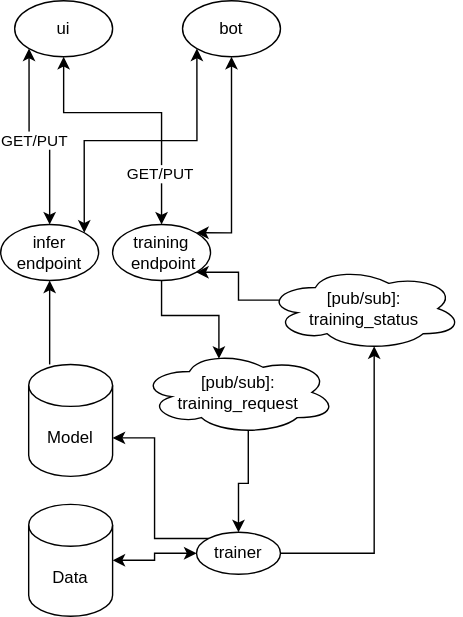
The draw.io diagram Architecture.svg in tianle91/astroturf, before a commit. Source tidied: cells renumbered, new cells last; positions are measured from the earlier drawing's top-left corner, leaving out a move shared by most shapes.
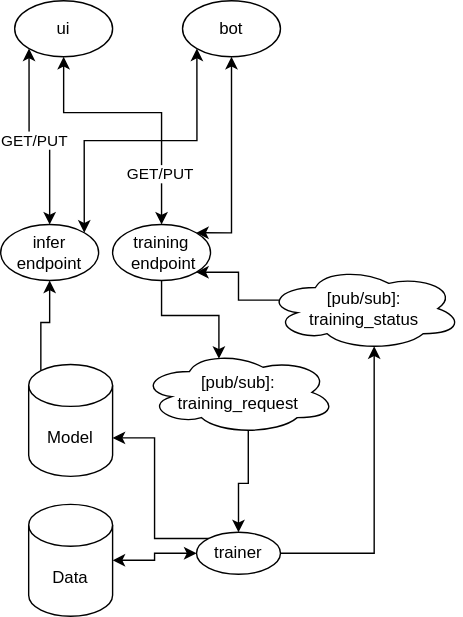
The same diagram one commit later.

Diff of the diagram source:
```diff
@@ -8,7 +8,7 @@
     <mxCell id="3" value="Data" style="shape=cylinder3;whiteSpace=wrap;html=1;boundedLbl=1;backgroundOutline=1;size=15;" parent="1" vertex="1">
       <mxGeometry x="20" y="360" width="60" height="80" as="geometry" />
     </mxCell>
-    <mxCell id="4" style="edgeStyle=orthogonalEdgeStyle;rounded=0;jettySize=auto;html=1;exitX=0.25;exitY=0;exitDx=0;exitDy=0;entryX=0.5;entryY=1;entryDx=0;entryDy=0;" parent="1" edge="1" source="5" target="11">
+    <mxCell id="4" style="edgeStyle=orthogonalEdgeStyle;rounded=0;jettySize=auto;html=1;exitX=0.145;exitY=0;exitDx=0;exitDy=4.35;entryX=0.5;entryY=1;entryDx=0;entryDy=0;exitPerimeter=0;" parent="1" edge="1" source="5" target="11">
       <mxGeometry relative="1" as="geometry" />
     </mxCell>
     <mxCell id="5" value="Model" style="shape=cylinder3;whiteSpace=wrap;html=1;boundedLbl=1;backgroundOutline=1;size=15;" parent="1" vertex="1">
```
